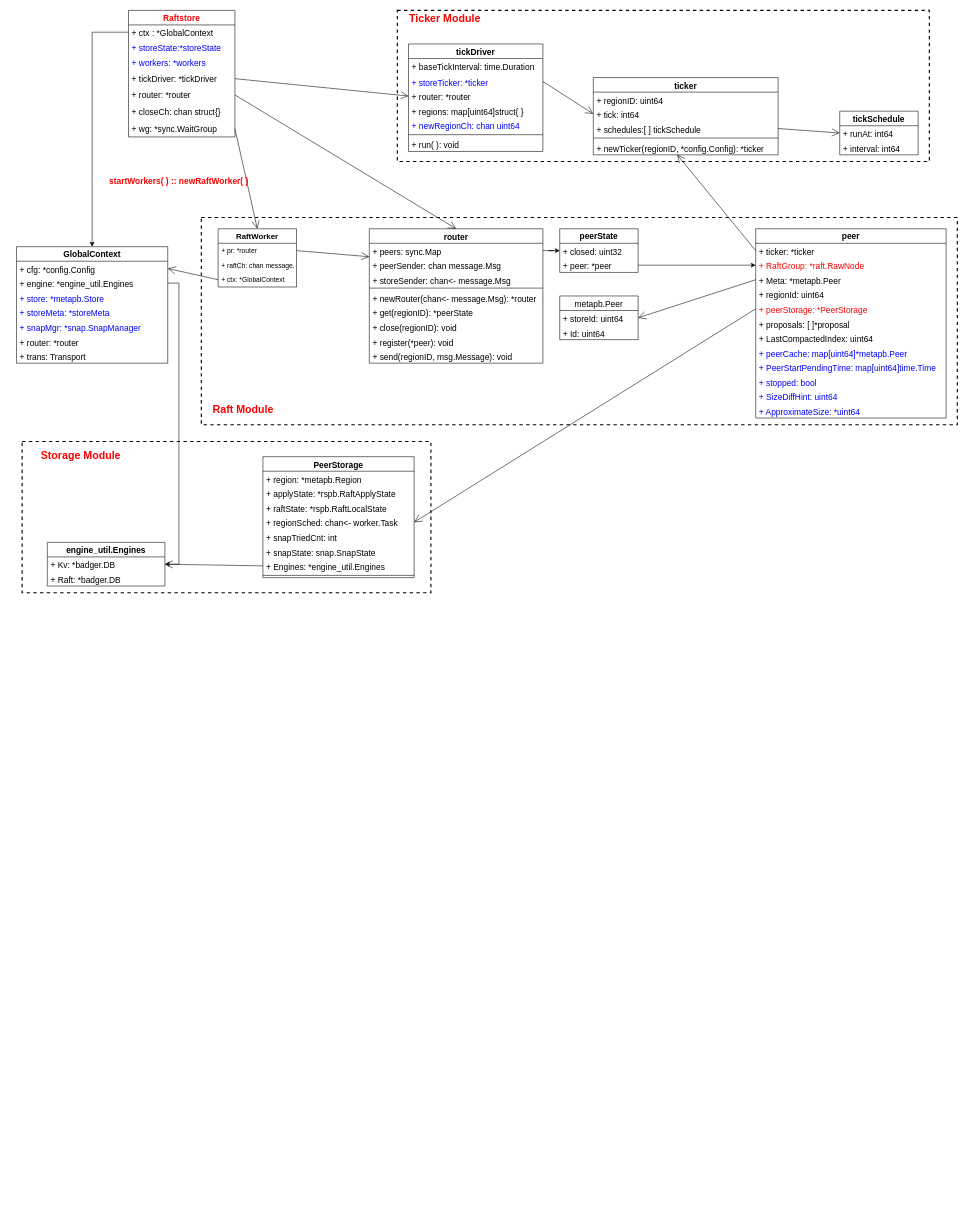
Before: TinyKVraftstoreUML.drawio in Holworth/DrawIO, a draw.io diagram. Source tidied: cells renumbered, new cells numbered last; positions are measured from the earlier drawing's top-left corner, leaving out a move shared by most shapes. Both pictures are drawn from the tidied source at 56%, with x=0, y=0 at pixel (16, 10).
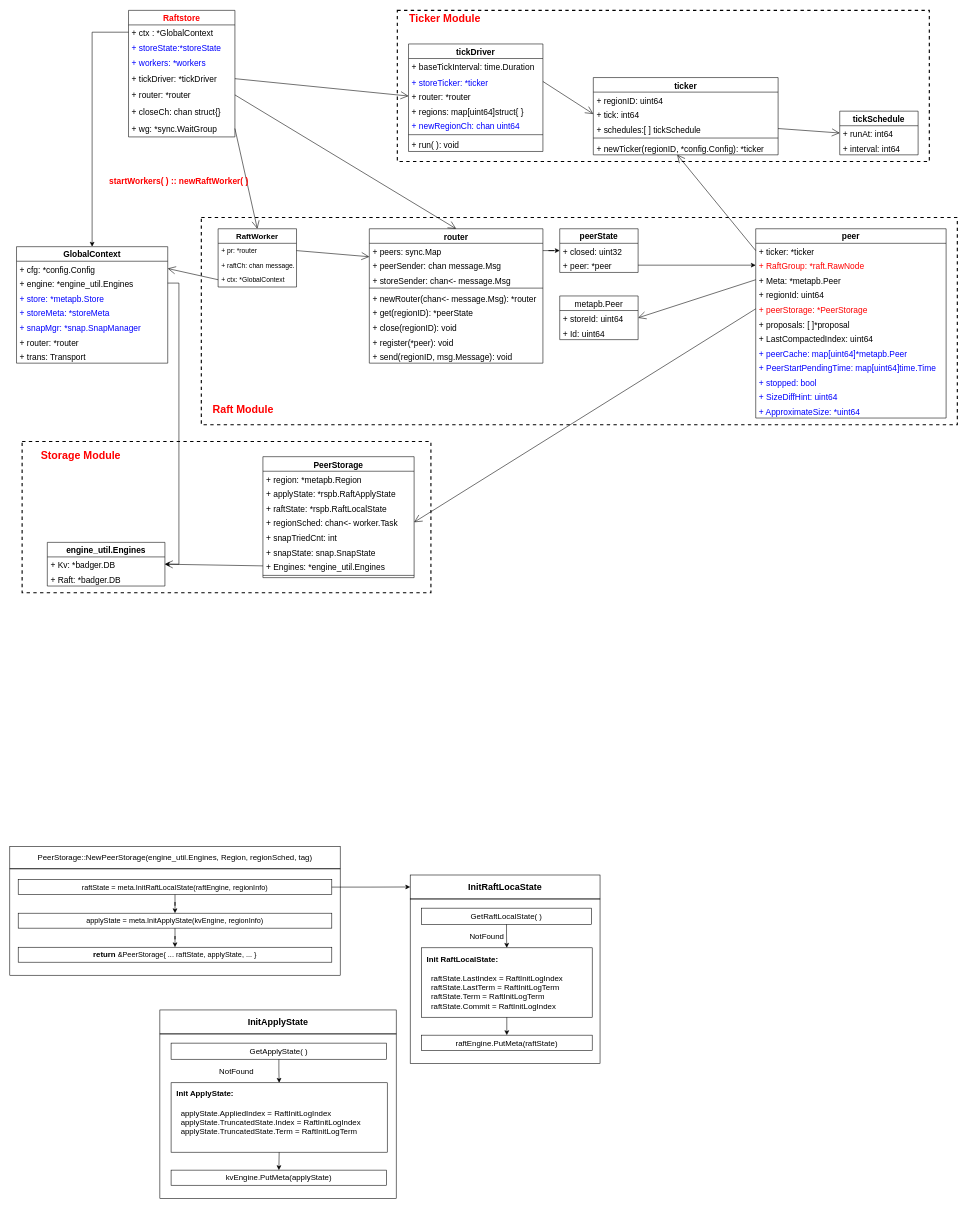
Above is the later version.

Change to the diagram source:
```diff
@@
-<mxGraphModel>
+<mxGraphModel background="#FFFFFF">
@@
+    <mxCell id="102" value="&lt;font size=&quot;1&quot; style=&quot;&quot;&gt;&lt;span style=&quot;font-size: 14px;&quot;&gt;PeerStorage::NewPeerStorage(engine_util.Engines, Region, regionSched, tag)&lt;/span&gt;&lt;/font&gt;" style="text;html=1;strokeColor=default;fillColor=none;align=center;verticalAlign=middle;whiteSpace=wrap;rounded=0;" parent="1" vertex="1">
+      <mxGeometry x="-12" y="1493" width="590" height="40" as="geometry" />
+    </mxCell>
+    <mxCell id="103" style="edgeStyle=orthogonalEdgeStyle;rounded=0;jettySize=auto;html=1;entryX=0;entryY=0.5;entryDx=0;entryDy=0;fontSize=14;" parent="1" edge="1" source="104" target="110">
+      <mxGeometry relative="1" as="geometry" />
+    </mxCell>
+    <mxCell id="104" value="&lt;span style=&quot;font-size: 13px;&quot;&gt;raftState = meta.InitRaftLocalState(raftEngine, regionInfo)&lt;/span&gt;" style="text;html=1;strokeColor=default;fillColor=none;align=center;verticalAlign=middle;whiteSpace=wrap;rounded=0;" parent="1" vertex="1">
+      <mxGeometry x="3" y="1552.2" width="560" height="26.7" as="geometry" />
+    </mxCell>
+    <mxCell id="105" style="edgeStyle=orthogonalEdgeStyle;rounded=0;jettySize=auto;html=1;fontSize=14;" parent="1" edge="1" source="106" target="109">
+      <mxGeometry relative="1" as="geometry" />
+    </mxCell>
+    <mxCell id="106" value="&lt;span style=&quot;font-size: 13px;&quot;&gt;applyState = meta.InitApplyState(kvEngine, regionInfo)&lt;/span&gt;" style="text;html=1;strokeColor=default;fillColor=none;align=center;verticalAlign=middle;whiteSpace=wrap;rounded=0;" parent="1" vertex="1">
+      <mxGeometry x="3" y="1612.2" width="560" height="26.7" as="geometry" />
+    </mxCell>
+    <mxCell id="107" style="edgeStyle=orthogonalEdgeStyle;rounded=0;jettySize=auto;html=1;fontSize=13;" parent="1" edge="1" source="104" target="106">
+      <mxGeometry relative="1" as="geometry" />
+    </mxCell>
+    <mxCell id="108" style="rounded=0;whiteSpace=wrap;html=1;fontSize=13;strokeColor=default;fillColor=none;" parent="1" vertex="1">
+      <mxGeometry x="-12" y="1533" width="590" height="190" as="geometry" />
+    </mxCell>
+    <mxCell id="109" value="&lt;b style=&quot;&quot;&gt;&lt;font style=&quot;font-size: 14px;&quot;&gt;return&lt;/font&gt;&lt;/b&gt;&lt;span style=&quot;font-size: 13px;&quot;&gt; &amp;amp;PeerStorage{ ... raftState, applyState, ... }&lt;/span&gt;" style="text;html=1;strokeColor=default;fillColor=none;align=center;verticalAlign=middle;whiteSpace=wrap;rounded=0;" parent="1" vertex="1">
+      <mxGeometry x="3" y="1673" width="560" height="26.7" as="geometry" />
+    </mxCell>
+    <mxCell id="110" value="&lt;font style=&quot;font-size: 16px;&quot;&gt;&lt;b&gt;InitRaftLocaState&lt;/b&gt;&lt;/font&gt;" style="rounded=0;whiteSpace=wrap;html=1;fontSize=14;strokeColor=default;fillColor=none;" parent="1" vertex="1">
+      <mxGeometry x="703" y="1544" width="339" height="42.8" as="geometry" />
+    </mxCell>
+    <mxCell id="111" style="rounded=0;whiteSpace=wrap;html=1;fontSize=14;strokeColor=default;fillColor=none;" parent="1" vertex="1">
+      <mxGeometry x="703" y="1586.8" width="339" height="294.2" as="geometry" />
+    </mxCell>
+    <mxCell id="112" style="edgeStyle=orthogonalEdgeStyle;rounded=0;jettySize=auto;html=1;entryX=0.5;entryY=0;entryDx=0;entryDy=0;fontSize=14;" parent="1" edge="1" source="113" target="114">
+      <mxGeometry relative="1" as="geometry" />
+    </mxCell>
+    <mxCell id="113" value="GetRaftLocalState( )" style="rounded=0;whiteSpace=wrap;html=1;fontSize=14;strokeColor=default;fillColor=none;" parent="1" vertex="1">
+      <mxGeometry x="723" y="1603.2" width="304" height="28.8" as="geometry" />
+    </mxCell>
+    <mxCell id="114" value="&lt;div style=&quot;&quot;&gt;&lt;span style=&quot;background-color: initial;&quot;&gt;&lt;b&gt;&amp;nbsp; Init RaftLocalState:&lt;/b&gt;&lt;/span&gt;&lt;/div&gt;&lt;br&gt;&amp;nbsp; &amp;nbsp; raftState.LastIndex = RaftInitLogIndex&lt;br&gt;&amp;nbsp; &amp;nbsp; raftState.LastTerm = RaftInitLogTerm&lt;br&gt;&amp;nbsp; &amp;nbsp; raftState.Term = RaftInitLogTerm&lt;br&gt;&amp;nbsp; &amp;nbsp; raftState.Commit = RaftInitLogIndex" style="rounded=0;whiteSpace=wrap;html=1;fontSize=14;strokeColor=default;fillColor=none;align=left;" parent="1" vertex="1">
+      <mxGeometry x="723" y="1674" width="305" height="124" as="geometry" />
+    </mxCell>
+    <mxCell id="115" value="NotFound" style="text;html=1;strokeColor=none;fillColor=none;align=center;verticalAlign=middle;whiteSpace=wrap;rounded=0;fontSize=14;" parent="1" vertex="1">
+      <mxGeometry x="810" y="1638.9" width="60" height="30" as="geometry" />
+    </mxCell>
+    <mxCell id="116" value="raftEngine.PutMeta(raftState)&lt;div style=&quot;&quot;&gt;&lt;/div&gt;" style="rounded=0;whiteSpace=wrap;html=1;fontSize=14;strokeColor=default;fillColor=none;align=center;" parent="1" vertex="1">
+      <mxGeometry x="723" y="1830" width="305" height="27" as="geometry" />
+    </mxCell>
+    <mxCell id="117" style="endArrow=classic;html=1;rounded=0;fontSize=14;exitX=0.5;exitY=1;exitDx=0;exitDy=0;entryX=0.5;entryY=0;entryDx=0;entryDy=0;" parent="1" edge="1" source="114" target="116">
+      <mxGeometry relative="1" as="geometry" />
+    </mxCell>
+    <mxCell id="118" value="&lt;font style=&quot;font-size: 16px;&quot;&gt;&lt;b&gt;InitApplyState&lt;/b&gt;&lt;/font&gt;" style="rounded=0;whiteSpace=wrap;html=1;fontSize=14;strokeColor=default;fillColor=none;" parent="1" vertex="1">
+      <mxGeometry x="256" y="1785" width="422" height="42.8" as="geometry" />
+    </mxCell>
+    <mxCell id="119" style="rounded=0;whiteSpace=wrap;html=1;fontSize=14;strokeColor=default;fillColor=none;" parent="1" vertex="1">
+      <mxGeometry x="256" y="1827.8" width="422" height="294.2" as="geometry" />
+    </mxCell>
+    <mxCell id="120" style="edgeStyle=orthogonalEdgeStyle;rounded=0;jettySize=auto;html=1;entryX=0.5;entryY=0;entryDx=0;entryDy=0;fontSize=14;" parent="1" edge="1" source="121" target="122">
+      <mxGeometry relative="1" as="geometry" />
+    </mxCell>
+    <mxCell id="121" value="GetApplyState( )" style="rounded=0;whiteSpace=wrap;html=1;fontSize=14;strokeColor=default;fillColor=none;" parent="1" vertex="1">
+      <mxGeometry x="276" y="1844.2" width="385" height="28.8" as="geometry" />
+    </mxCell>
+    <mxCell id="122" value="&lt;div style=&quot;&quot;&gt;&lt;span style=&quot;background-color: initial;&quot;&gt;&lt;b&gt;&amp;nbsp; Init ApplyState:&lt;/b&gt;&lt;/span&gt;&lt;/div&gt;&lt;br&gt;&amp;nbsp; &amp;nbsp; applyState.AppliedIndex = RaftInitLogIndex&lt;br&gt;&amp;nbsp; &amp;nbsp; applyState.TruncatedState.Index = RaftInitLogIndex&lt;br&gt;&amp;nbsp; &amp;nbsp; applyState.TruncatedState.Term = RaftInitLogTerm&lt;br&gt;&amp;nbsp; &amp;nbsp;" style="rounded=0;whiteSpace=wrap;html=1;fontSize=14;strokeColor=default;fillColor=none;align=left;" parent="1" vertex="1">
+      <mxGeometry x="276" y="1915" width="386" height="124" as="geometry" />
+    </mxCell>
+    <mxCell id="123" value="NotFound" style="text;html=1;strokeColor=none;fillColor=none;align=center;verticalAlign=middle;whiteSpace=wrap;rounded=0;fontSize=14;" parent="1" vertex="1">
+      <mxGeometry x="363" y="1879.9" width="60" height="30" as="geometry" />
+    </mxCell>
+    <mxCell id="124" value="kvEngine.PutMeta(applyState)&lt;div style=&quot;&quot;&gt;&lt;/div&gt;" style="rounded=0;whiteSpace=wrap;html=1;fontSize=14;strokeColor=default;fillColor=none;align=center;" parent="1" vertex="1">
+      <mxGeometry x="276" y="2071" width="385" height="27" as="geometry" />
+    </mxCell>
+    <mxCell id="125" style="endArrow=classic;html=1;rounded=0;fontSize=14;exitX=0.5;exitY=1;exitDx=0;exitDy=0;entryX=0.5;entryY=0;entryDx=0;entryDy=0;" parent="1" edge="1" source="122" target="124">
+      <mxGeometry relative="1" as="geometry" />
+    </mxCell>
```
